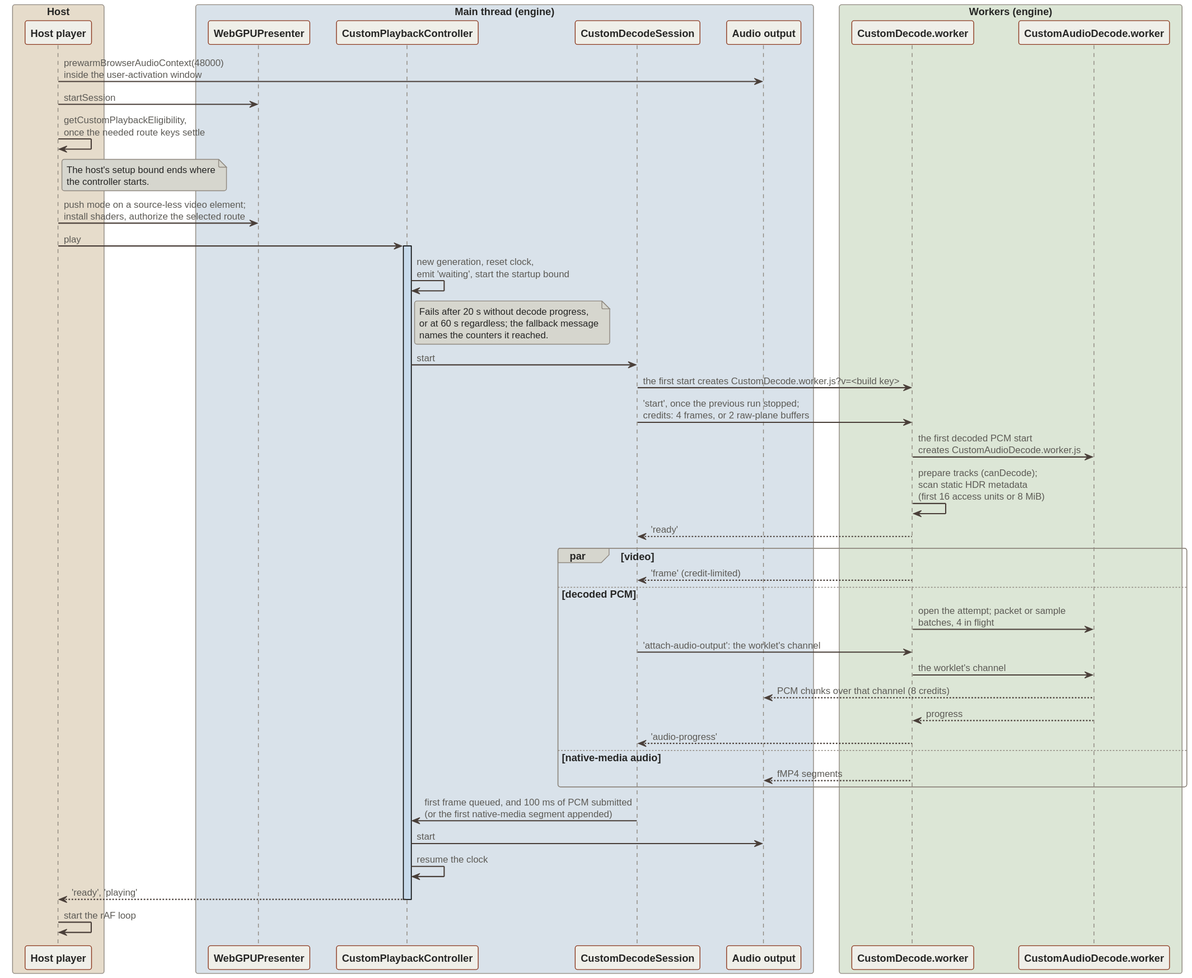
Above: docs/src/diagrams/custom-session-startup.light.svg in alchemyyy/WebGPU-Player (PlantUML), before the change.
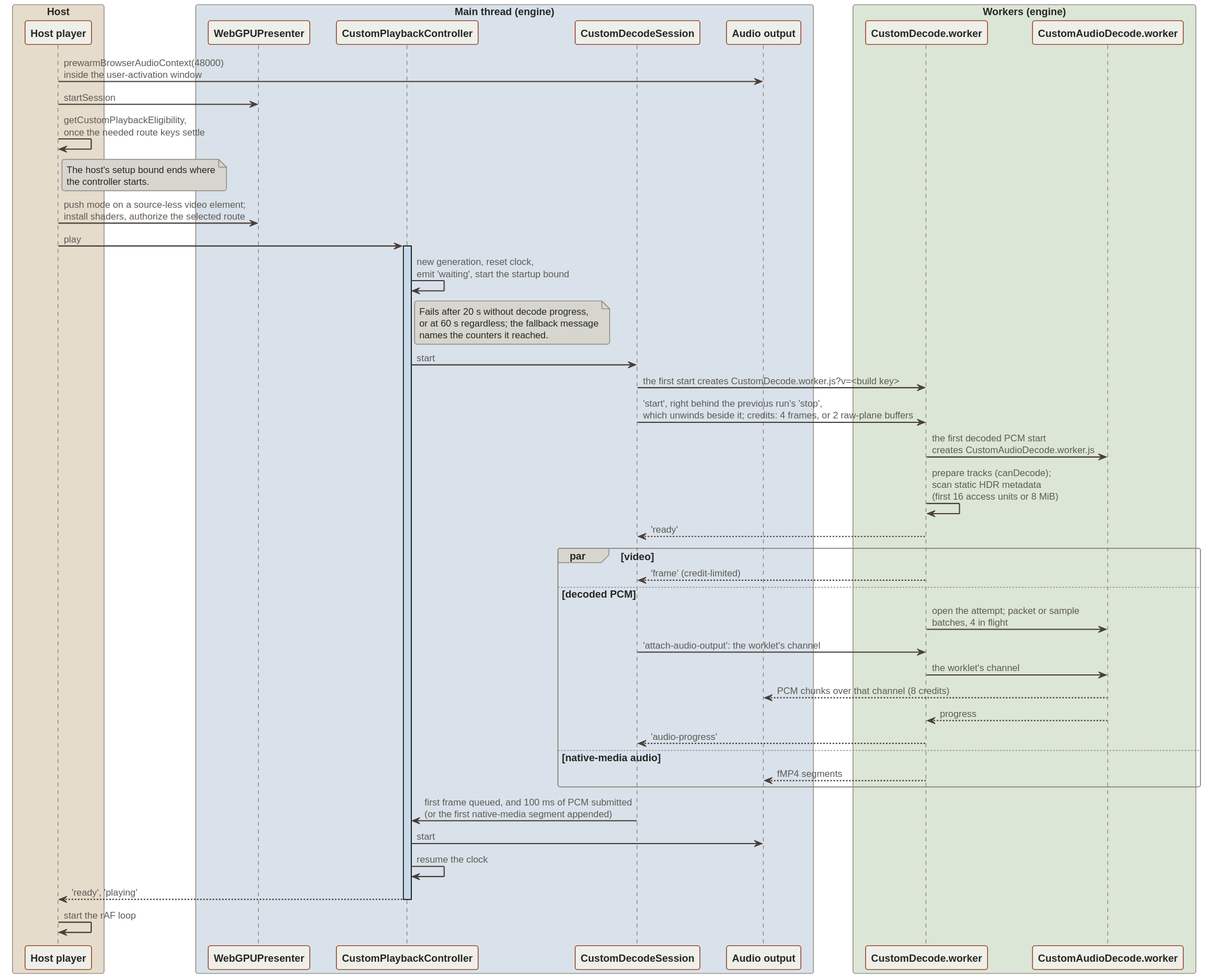
After the change.

Diff of the diagram source:
```diff
@@ -34,7 +34,7 @@
 end note
 controller -> session : start
 session -> worker : the first start creates CustomDecode.worker.js?v=<build key>
-session -> worker : 'start', once the previous run stopped;\ncredits: 4 frames, or 2 raw-plane buffers
+session -> worker : 'start', right behind the previous run's 'stop',\nwhich unwinds beside it; credits: 4 frames, or 2 raw-plane buffers
 worker -> audioWorker : the first decoded PCM start\ncreates CustomAudioDecode.worker.js
 worker -> worker : prepare tracks (canDecode);\nscan static HDR metadata\n(first 16 access units or 8 MiB)
 worker --> session : 'ready'
```
